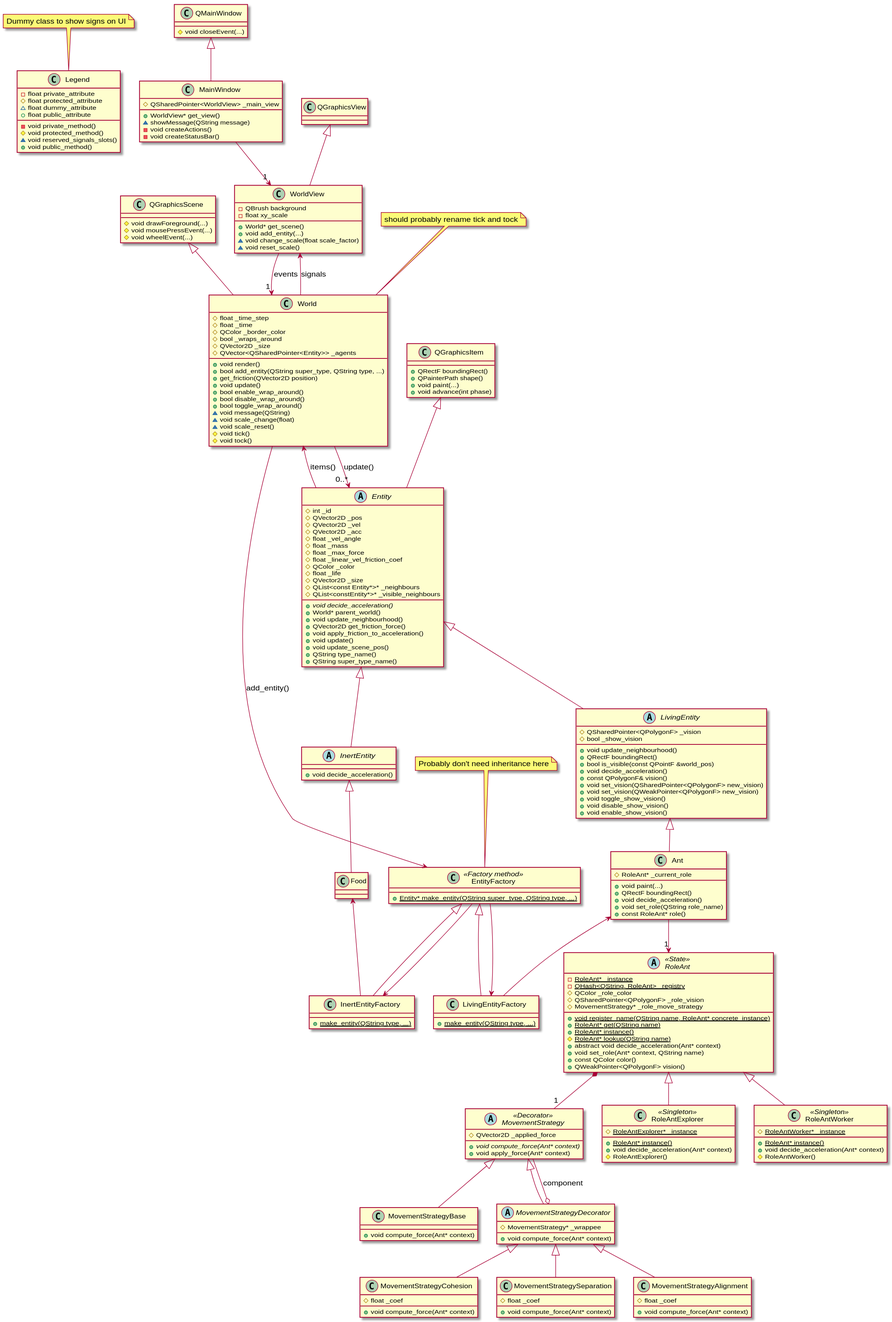
gagbo/emergence keeps this PlantUML diagram as specs/class_diagram.svg. Above is the earlier version. Its source is kept beside it as specs/class_diagram.puml.
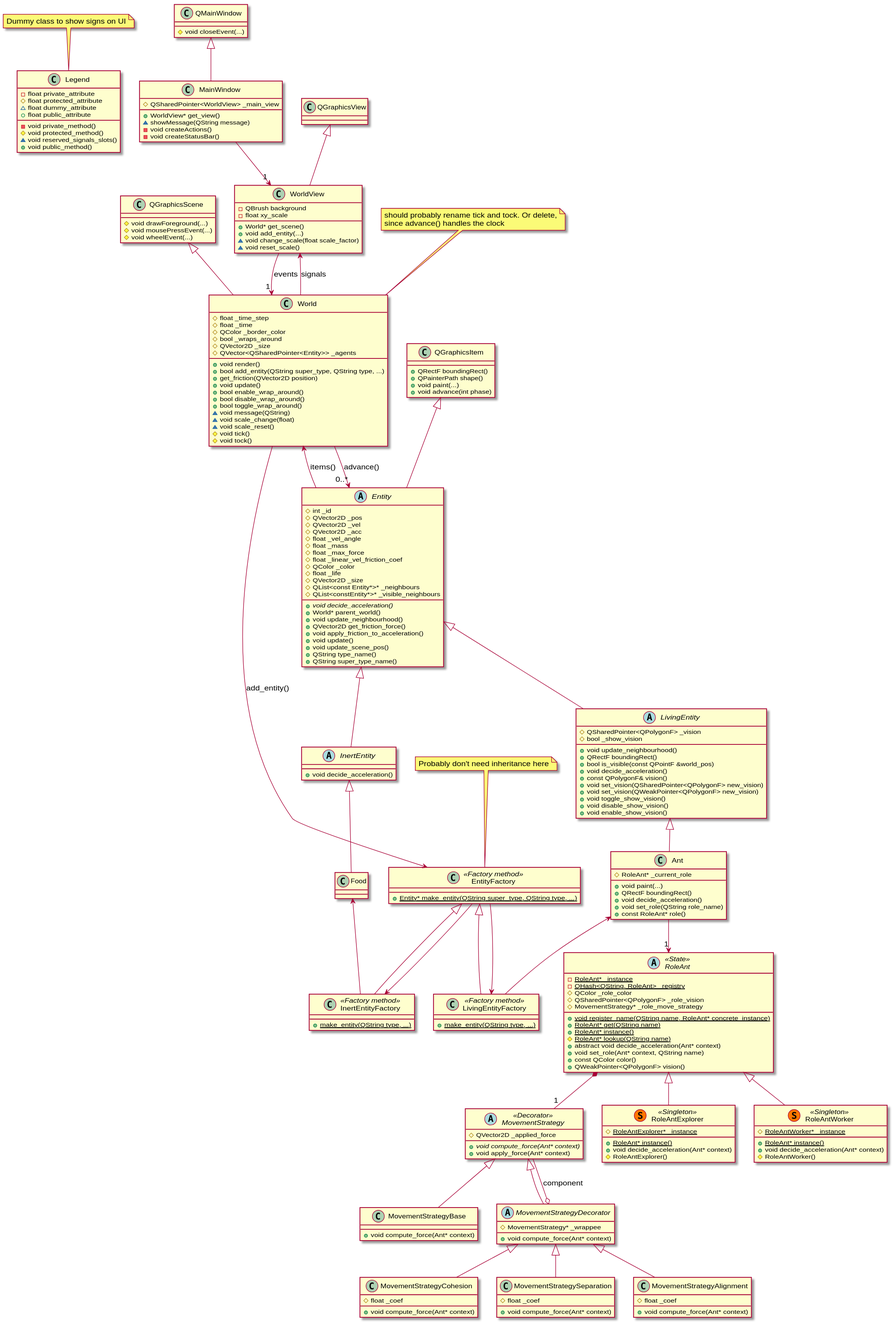
After the commit.

Commit message:
Make UML a little bit more precise

Diff of the diagram source:
```diff
@@ -72,7 +72,7 @@
     #void tick()
     #void tock()
 }
-note top: should probably rename tick and tock
+note top: should probably rename tick and tock. Or delete,\nsince advance() handles the clock
 
 abstract class Entity {
 #int _id
@@ -185,7 +185,7 @@
 +QWeakPointer<QPolygonF> vision()
 }
 
-class RoleAntExplorer << Singleton >> {
+class RoleAntExplorer << (S,#FF7700) Singleton >> {
     #{static} RoleAntExplorer* _instance
 
     +{static} RoleAnt* instance()
@@ -193,7 +193,7 @@
     #RoleAntExplorer()
 }
 
-class RoleAntWorker <<Singleton >> {
+class RoleAntWorker << (S,#FF7700) Singleton >> {
     #{static} RoleAntWorker* _instance
 
     +{static} RoleAnt* instance()
@@ -205,11 +205,12 @@
     +{static} Entity* make_entity(QString super_type, QString type, ...)
 }
 note top of EntityFactory : Probably don't need inheritance here
-class LivingEntityFactory {
+
+class LivingEntityFactory << Factory method >> {
     +{static} make_entity(QString type, ...)
 }
 
-class InertEntityFactory {
+class InertEntityFactory << Factory method >> {
     +{static} make_entity(QString type, ...)
 }
 
@@ -225,7 +226,7 @@
 WorldView --> "1" World : events
 World --> WorldView : signals
 
-World --> "0..*" Entity : update()
+World --> "0..*" Entity : advance()
 Entity --> World : items()
 World --> EntityFactory : add_entity()
 
```
